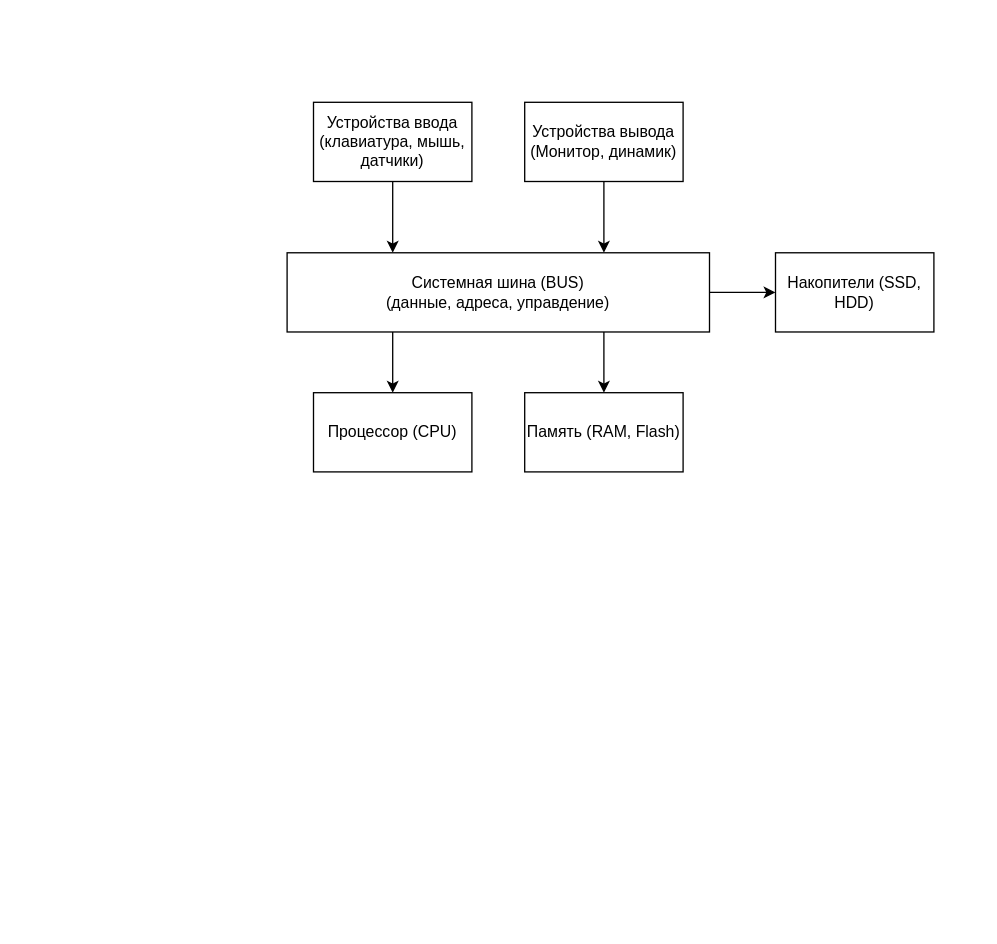
ant-lab-ru/ant-mcu keeps this draw.io diagram as page "Схема компьютера" (1 of 3) of Схемы/СхемаКомпьютера.drawio. Above is the earlier version. Source tidied: cells renumbered, new cells numbered last; positions are measured from the earlier drawing's top-left corner, leaving out a move shared by most shapes. Both pictures are drawn from the tidied source at 132%, with x=0, y=0 at pixel (286, 102).
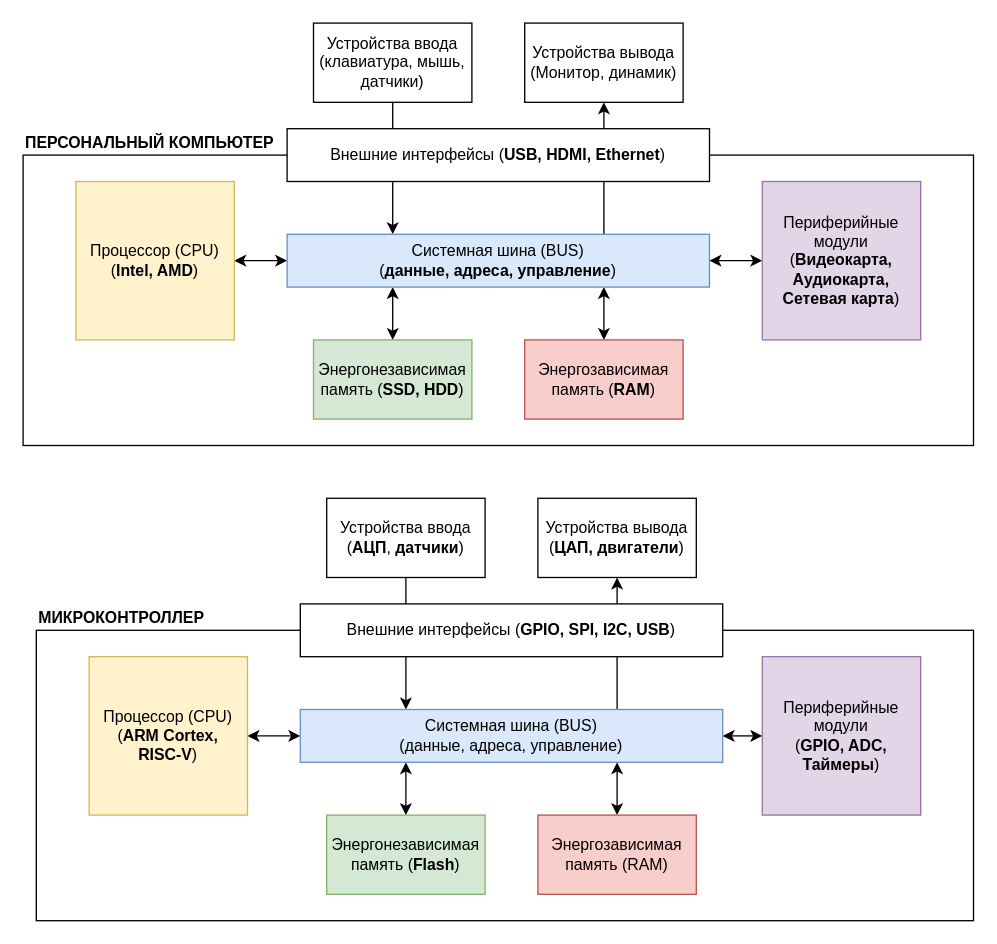
The same diagram, later.

The edit, as a diff of the source:
```diff
@@
+    <mxCell id="13" value="&lt;b&gt;МИКРОКОНТРОЛЛЕР&lt;/b&gt;" style="rounded=0;whiteSpace=wrap;html=1;fillColor=none;verticalAlign=bottom;labelPosition=center;verticalLabelPosition=top;align=left;" parent="1" vertex="1">
+      <mxGeometry x="-190" y="400" width="710" height="220" as="geometry" />
+    </mxCell>
+    <mxCell id="14" value="&lt;b&gt;ПЕРСОНАЛЬНЫЙ КОМПЬЮТЕР&lt;/b&gt;" style="rounded=0;whiteSpace=wrap;html=1;fillColor=none;align=left;verticalAlign=bottom;labelPosition=center;verticalLabelPosition=top;" parent="1" vertex="1">
+      <mxGeometry x="-200" y="40" width="720" height="220" as="geometry" />
+    </mxCell>
@@
     <mxCell id="3" value="Устройства ввода&lt;div&gt;(клавиатура, мышь, датчики)&lt;/div&gt;" style="rounded=0;whiteSpace=wrap;html=1;" parent="1" vertex="1">
-      <mxGeometry x="20" width="120" height="60" as="geometry" />
+      <mxGeometry x="20" y="-60" width="120" height="60" as="geometry" />
     </mxCell>
-    <mxCell id="4" style="edgeStyle=orthogonalEdgeStyle;rounded=0;jettySize=auto;html=1;entryX=0.75;entryY=0;entryDx=0;entryDy=0;" parent="1" edge="1" source="5" target="9">
+    <mxCell id="4" style="edgeStyle=orthogonalEdgeStyle;rounded=0;jettySize=auto;html=1;entryX=0.75;entryY=0;entryDx=0;entryDy=0;startArrow=classic;startFill=1;endArrow=none;endFill=0;" parent="1" edge="1" source="5" target="9">
       <mxGeometry relative="1" as="geometry" />
     </mxCell>
     <mxCell id="5" value="Устройства вывода&lt;div&gt;(Монитор, динамик)&lt;/div&gt;" style="rounded=0;whiteSpace=wrap;html=1;" parent="1" vertex="1">
-      <mxGeometry x="180" width="120" height="60" as="geometry" />
+      <mxGeometry x="180" y="-60" width="120" height="60" as="geometry" />
     </mxCell>
-    <mxCell id="6" style="edgeStyle=orthogonalEdgeStyle;rounded=0;jettySize=auto;html=1;exitX=0.25;exitY=1;exitDx=0;exitDy=0;entryX=0.5;entryY=0;entryDx=0;entryDy=0;" parent="1" edge="1" source="9" target="10">
+    <mxCell id="6" style="edgeStyle=orthogonalEdgeStyle;rounded=0;jettySize=auto;html=1;exitX=0;exitY=0.5;exitDx=0;exitDy=0;endArrow=classic;endFill=1;startArrow=classic;startFill=1;" parent="1" edge="1" source="9" target="10">
       <mxGeometry relative="1" as="geometry" />
     </mxCell>
-    <mxCell id="7" style="edgeStyle=orthogonalEdgeStyle;rounded=0;jettySize=auto;html=1;exitX=0.75;exitY=1;exitDx=0;exitDy=0;entryX=0.5;entryY=0;entryDx=0;entryDy=0;" parent="1" edge="1" source="9" target="11">
+    <mxCell id="7" style="edgeStyle=orthogonalEdgeStyle;rounded=0;jettySize=auto;html=1;exitX=0.75;exitY=1;exitDx=0;exitDy=0;entryX=0.5;entryY=0;entryDx=0;entryDy=0;startArrow=classic;startFill=1;" parent="1" edge="1" source="9" target="11">
       <mxGeometry relative="1" as="geometry" />
     </mxCell>
-    <mxCell id="8" style="edgeStyle=orthogonalEdgeStyle;rounded=0;jettySize=auto;html=1;exitX=1;exitY=0.5;exitDx=0;exitDy=0;entryX=0;entryY=0.5;entryDx=0;entryDy=0;" parent="1" edge="1" source="9" target="12">
+    <mxCell id="8" style="edgeStyle=orthogonalEdgeStyle;rounded=0;jettySize=auto;html=1;exitX=0.25;exitY=1;exitDx=0;exitDy=0;startArrow=classic;startFill=1;" parent="1" edge="1" source="9" target="12">
       <mxGeometry relative="1" as="geometry" />
     </mxCell>
-    <mxCell id="9" value="Системная шина (BUS)&lt;div&gt;(данные, адреса, управдение)&lt;/div&gt;" style="rounded=0;whiteSpace=wrap;html=1;" parent="1" vertex="1">
-      <mxGeometry y="114" width="320" height="60" as="geometry" />
+    <mxCell id="9" value="Системная шина (BUS)&lt;div&gt;(&lt;b&gt;данные, адреса, управление&lt;/b&gt;)&lt;/div&gt;" style="rounded=0;whiteSpace=wrap;html=1;fillColor=#dae8fc;strokeColor=#6c8ebf;" parent="1" vertex="1">
+      <mxGeometry y="100" width="320" height="40" as="geometry" />
     </mxCell>
-    <mxCell id="10" value="Процессор (CPU)" style="rounded=0;whiteSpace=wrap;html=1;" parent="1" vertex="1">
-      <mxGeometry x="20" y="220" width="120" height="60" as="geometry" />
+    <mxCell id="10" value="Процессор (CPU)&lt;br&gt;(&lt;b&gt;Intel, AMD&lt;/b&gt;)" style="rounded=0;whiteSpace=wrap;html=1;fillColor=#fff2cc;strokeColor=#d6b656;" parent="1" vertex="1">
+      <mxGeometry x="-160" y="60" width="120" height="120" as="geometry" />
     </mxCell>
-    <mxCell id="11" value="Память (RAM, Flash)" style="rounded=0;whiteSpace=wrap;html=1;" parent="1" vertex="1">
-      <mxGeometry x="180" y="220" width="120" height="60" as="geometry" />
+    <mxCell id="11" value="Энергозависимая память (&lt;b&gt;RAM&lt;/b&gt;)" style="rounded=0;whiteSpace=wrap;html=1;fillColor=#f8cecc;strokeColor=#b85450;" parent="1" vertex="1">
+      <mxGeometry x="180" y="180" width="120" height="60" as="geometry" />
     </mxCell>
-    <mxCell id="12" value="Накопители (SSD, HDD)" style="rounded=0;whiteSpace=wrap;html=1;" parent="1" vertex="1">
-      <mxGeometry x="370" y="114" width="120" height="60" as="geometry" />
+    <mxCell id="12" value="Энергонезависимая память (&lt;b&gt;SSD, HDD&lt;/b&gt;)" style="rounded=0;whiteSpace=wrap;html=1;fillColor=#d5e8d4;strokeColor=#82b366;" parent="1" vertex="1">
+      <mxGeometry x="20" y="180" width="120" height="60" as="geometry" />
     </mxCell>
+    <mxCell id="15" value="Внешние интерфейсы (&lt;b&gt;USB, HDMI, Ethernet&lt;/b&gt;)" style="rounded=0;whiteSpace=wrap;html=1;" parent="1" vertex="1">
+      <mxGeometry y="20" width="320" height="40" as="geometry" />
+    </mxCell>
+    <mxCell id="16" style="edgeStyle=orthogonalEdgeStyle;rounded=0;jettySize=auto;html=1;exitX=0.5;exitY=1;exitDx=0;exitDy=0;entryX=0.25;entryY=0;entryDx=0;entryDy=0;" parent="1" edge="1" source="17" target="24">
+      <mxGeometry relative="1" as="geometry" />
+    </mxCell>
+    <mxCell id="17" value="Устройства ввода&lt;div&gt;(&lt;b&gt;АЦП&lt;/b&gt;,&amp;nbsp;&lt;b&gt;датчики&lt;/b&gt;)&lt;/div&gt;" style="rounded=0;whiteSpace=wrap;html=1;" parent="1" vertex="1">
+      <mxGeometry x="30" y="300" width="120" height="60" as="geometry" />
+    </mxCell>
+    <mxCell id="18" style="edgeStyle=orthogonalEdgeStyle;rounded=0;jettySize=auto;html=1;entryX=0.75;entryY=0;entryDx=0;entryDy=0;startArrow=classic;startFill=1;endArrow=none;endFill=0;" parent="1" edge="1" source="19" target="24">
+      <mxGeometry relative="1" as="geometry" />
+    </mxCell>
+    <mxCell id="19" value="Устройства вывода&lt;div&gt;(&lt;b&gt;ЦАП, двигатели&lt;/b&gt;)&lt;/div&gt;" style="rounded=0;whiteSpace=wrap;html=1;" parent="1" vertex="1">
+      <mxGeometry x="190" y="300" width="120" height="60" as="geometry" />
+    </mxCell>
+    <mxCell id="20" style="edgeStyle=orthogonalEdgeStyle;rounded=0;jettySize=auto;html=1;exitX=0;exitY=0.5;exitDx=0;exitDy=0;endArrow=classic;endFill=1;startArrow=classic;startFill=1;" parent="1" edge="1" source="24" target="25">
+      <mxGeometry relative="1" as="geometry" />
+    </mxCell>
+    <mxCell id="21" style="edgeStyle=orthogonalEdgeStyle;rounded=0;jettySize=auto;html=1;exitX=0.75;exitY=1;exitDx=0;exitDy=0;entryX=0.5;entryY=0;entryDx=0;entryDy=0;startArrow=classic;startFill=1;" parent="1" edge="1" source="24" target="26">
+      <mxGeometry relative="1" as="geometry" />
+    </mxCell>
+    <mxCell id="22" style="edgeStyle=orthogonalEdgeStyle;rounded=0;jettySize=auto;html=1;exitX=0.25;exitY=1;exitDx=0;exitDy=0;startArrow=classic;startFill=1;" parent="1" edge="1" source="24" target="27">
+      <mxGeometry relative="1" as="geometry" />
+    </mxCell>
+    <mxCell id="23" style="edgeStyle=orthogonalEdgeStyle;rounded=0;jettySize=auto;html=1;exitX=1;exitY=0.5;exitDx=0;exitDy=0;entryX=0;entryY=0.5;entryDx=0;entryDy=0;startArrow=classic;startFill=1;" parent="1" edge="1" source="24" target="29">
+      <mxGeometry relative="1" as="geometry" />
+    </mxCell>
+    <mxCell id="24" value="Системная шина (BUS)&lt;div&gt;(данные, адреса, управление)&lt;/div&gt;" style="rounded=0;whiteSpace=wrap;html=1;fillColor=#dae8fc;strokeColor=#6c8ebf;" parent="1" vertex="1">
+      <mxGeometry x="10" y="460" width="320" height="40" as="geometry" />
+    </mxCell>
+    <mxCell id="25" value="Процессор (CPU)&lt;br&gt;(&lt;b&gt;ARM Cortex, &lt;br&gt;RISC-V&lt;/b&gt;)" style="rounded=0;whiteSpace=wrap;html=1;fillColor=#fff2cc;strokeColor=#d6b656;" parent="1" vertex="1">
+      <mxGeometry x="-150" y="420" width="120" height="120" as="geometry" />
+    </mxCell>
+    <mxCell id="26" value="Энергозависимая память (RAM)" style="rounded=0;whiteSpace=wrap;html=1;fillColor=#f8cecc;strokeColor=#b85450;" parent="1" vertex="1">
+      <mxGeometry x="190" y="540" width="120" height="60" as="geometry" />
+    </mxCell>
+    <mxCell id="27" value="Энергонезависимая память (&lt;b&gt;Flash&lt;/b&gt;)" style="rounded=0;whiteSpace=wrap;html=1;fillColor=#d5e8d4;strokeColor=#82b366;" parent="1" vertex="1">
+      <mxGeometry x="30" y="540" width="120" height="60" as="geometry" />
+    </mxCell>
+    <mxCell id="28" value="Внешние интерфейсы (&lt;b&gt;GPIO, SPI, I2C, USB&lt;/b&gt;)" style="rounded=0;whiteSpace=wrap;html=1;" parent="1" vertex="1">
+      <mxGeometry x="10" y="380" width="320" height="40" as="geometry" />
+    </mxCell>
+    <mxCell id="29" value="Периферийные модули&lt;br&gt;(&lt;b&gt;GPIO, ADC, Таймеры&lt;/b&gt;)" style="rounded=0;whiteSpace=wrap;html=1;fillColor=#e1d5e7;strokeColor=#9673a6;" parent="1" vertex="1">
+      <mxGeometry x="360" y="420" width="120" height="120" as="geometry" />
+    </mxCell>
+    <mxCell id="30" style="edgeStyle=orthogonalEdgeStyle;rounded=0;jettySize=auto;html=1;entryX=1;entryY=0.5;entryDx=0;entryDy=0;startArrow=classic;startFill=1;" parent="1" edge="1" source="31" target="9">
+      <mxGeometry relative="1" as="geometry" />
+    </mxCell>
+    <mxCell id="31" value="Периферийные модули&lt;br&gt;(&lt;b&gt;Видеокарта, Аудиокарта, Сетевая карта&lt;/b&gt;)" style="rounded=0;whiteSpace=wrap;html=1;fillColor=#e1d5e7;strokeColor=#9673a6;" parent="1" vertex="1">
+      <mxGeometry x="360" y="60" width="120" height="120" as="geometry" />
+    </mxCell>
```
